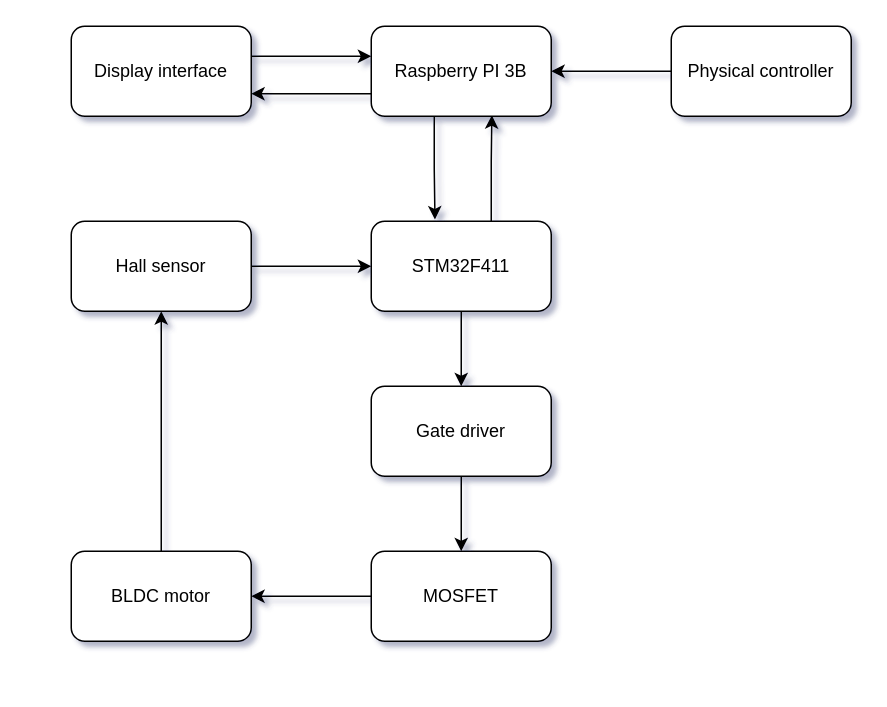
This is img/DrawIO/Componentdiagram.drawio from Alset-Innovations/Project-4---Code-report, a draw.io file, before an edit. Source tidied: cells renumbered, new cells numbered last; positions are measured from the earlier drawing's top-left corner, leaving out a move shared by most shapes. Both pictures are drawn from the tidied source at 150%, with x=0, y=0 at pixel (70, 26).
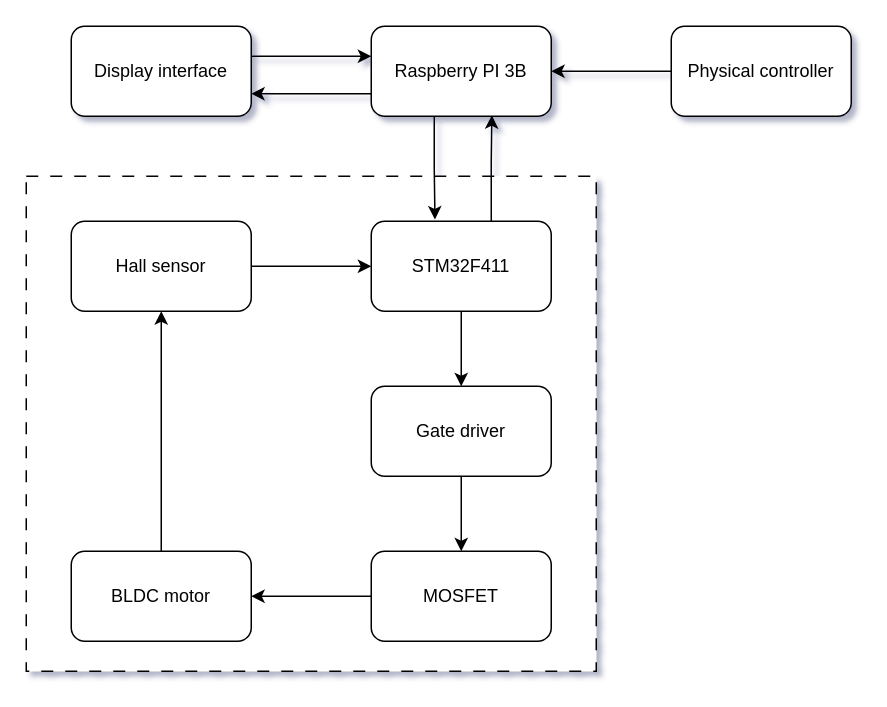
Above is the later version.

The edit, as a diff of the source:
```diff
@@
+    <mxCell id="20" style="rounded=0;whiteSpace=wrap;html=1;dashed=1;dashPattern=8 8;" parent="1" vertex="1">
+      <mxGeometry x="-30" y="100" width="380" height="330" as="geometry" />
+    </mxCell>
```
